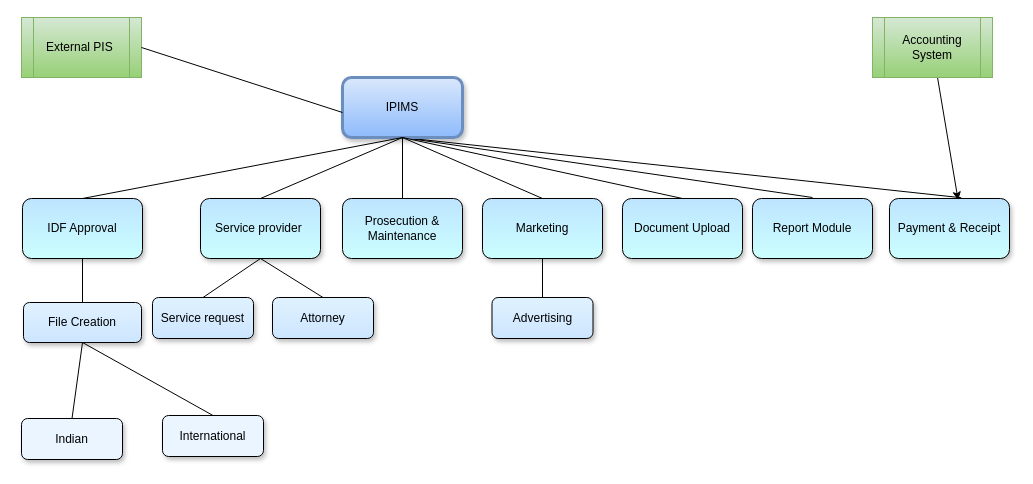
Above: modulerec.drawio in shpriya-bits/github-upload (draw.io), before the change. Source tidied: cells renumbered, new cells numbered last; positions are measured from the earlier drawing's top-left corner, leaving out a move shared by most shapes. Both pictures are drawn from the tidied source at 100%, with x=0, y=0 at pixel (21, 17).
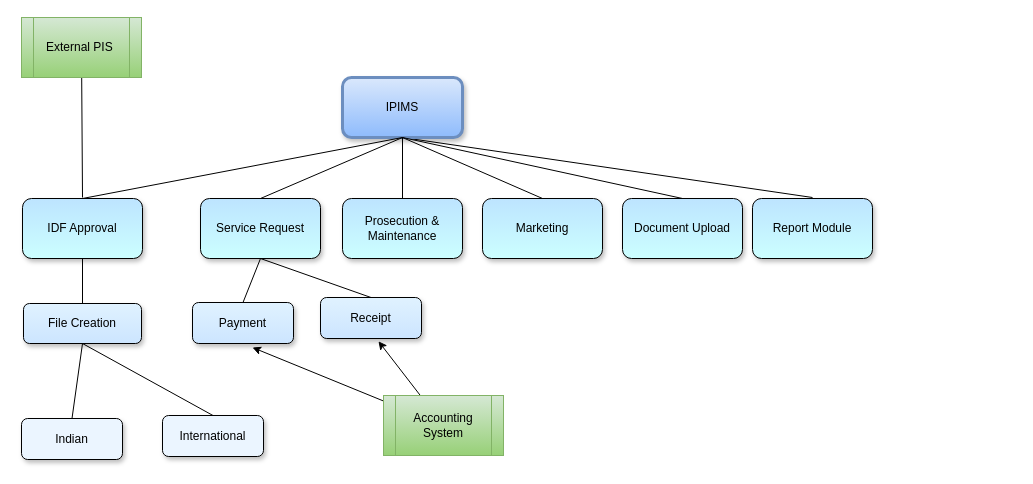
After the change.

Unchanged cells that the change refers to:
```xml
<mxCell id="4" value="IPIMS" style="rounded=1;whiteSpace=wrap;html=1;fillColor=#dae8fc;shadow=1;glass=0;sketch=0;strokeColor=#6c8ebf;gradientColor=#8EBBFC;strokeWidth=3;" parent="1" vertex="1">
  <mxGeometry x="321" y="60" width="120" height="60" as="geometry" />
</mxCell>
<mxCell id="14" value="Marketing" style="rounded=1;whiteSpace=wrap;html=1;fillColor=#BDE4FF;gradientColor=#CCFFFF;shadow=1;" parent="1" vertex="1">
  <mxGeometry x="461" y="181" width="120" height="60" as="geometry" />
</mxCell>
<mxCell id="15" value="External PIS&amp;nbsp;" style="shape=process;whiteSpace=wrap;html=1;backgroundOutline=1;fillColor=#d5e8d4;gradientColor=#97d077;strokeColor=#82b366;" parent="1" vertex="1">
  <mxGeometry width="120" height="60" as="geometry" />
</mxCell>
```

Change to the diagram source:
```diff
@@
-    <mxCell id="2" style="rounded=0;jettySize=auto;html=1;endArrow=none;endFill=0;exitX=0.5;exitY=1;exitDx=0;exitDy=0;entryX=0.598;entryY=-0.013;entryDx=0;entryDy=0;entryPerimeter=0;" parent="1" edge="1" source="4" target="29">
-      <mxGeometry relative="1" as="geometry" />
-    </mxCell>
@@
     <mxCell id="7" value="File Creation" style="rounded=1;whiteSpace=wrap;html=1;fillColor=#E0F2FF;shadow=1;gradientColor=#CCE5FF;" parent="1" vertex="1">
-      <mxGeometry x="2" y="285" width="118" height="40" as="geometry" />
+      <mxGeometry x="2" y="286" width="118" height="40" as="geometry" />
     </mxCell>
-    <mxCell id="8" value="Service provider&amp;nbsp;" style="rounded=1;whiteSpace=wrap;html=1;fillColor=#BDE4FF;gradientColor=#CCFFFF;shadow=1;" parent="1" vertex="1">
+    <mxCell id="8" value="Service Request" style="rounded=1;whiteSpace=wrap;html=1;fillColor=#BDE4FF;gradientColor=#CCFFFF;shadow=1;" parent="1" vertex="1">
       <mxGeometry x="179" y="181" width="120" height="60" as="geometry" />
     </mxCell>
@@
-    <mxCell id="11" value="Service request" style="rounded=1;whiteSpace=wrap;html=1;fillColor=#E0F2FF;shadow=1;gradientColor=#CCE5FF;" parent="1" vertex="1">
-      <mxGeometry x="131" y="280" width="101" height="41" as="geometry" />
+    <mxCell id="11" value="Payment" style="rounded=1;whiteSpace=wrap;html=1;fillColor=#E0F2FF;shadow=1;gradientColor=#CCE5FF;" parent="1" vertex="1">
+      <mxGeometry x="171" y="285" width="101" height="41" as="geometry" />
     </mxCell>
-    <mxCell id="12" value="Attorney" style="rounded=1;whiteSpace=wrap;html=1;fillColor=#E0F2FF;shadow=1;gradientColor=#CCE5FF;" parent="1" vertex="1">
-      <mxGeometry x="251" y="280" width="101" height="41" as="geometry" />
+    <mxCell id="12" value="Receipt" style="rounded=1;whiteSpace=wrap;html=1;fillColor=#E0F2FF;shadow=1;gradientColor=#CCE5FF;" parent="1" vertex="1">
+      <mxGeometry x="299" y="280" width="101" height="41" as="geometry" />
     </mxCell>
-    <mxCell id="13" style="edgeStyle=orthogonalEdgeStyle;rounded=0;jettySize=auto;html=1;endArrow=none;endFill=0;" parent="1" edge="1" source="14" target="19">
-      <mxGeometry relative="1" as="geometry" />
-    </mxCell>
@@
+    <mxCell id="33" style="edgeStyle=none;rounded=0;jettySize=auto;html=1;endArrow=none;endFill=0;" parent="1" edge="1" source="15">
+      <mxGeometry relative="1" as="geometry">
+        <mxPoint x="61" y="180" as="targetPoint" />
+      </mxGeometry>
+    </mxCell>
@@
-    <mxCell id="16" style="endArrow=none;html=1;exitX=0;exitY=0.75;exitDx=0;exitDy=0;entryX=1;entryY=0.5;entryDx=0;entryDy=0;" parent="1" edge="1" target="15">
-      <mxGeometry relative="1" as="geometry">
-        <mxPoint x="321" y="95" as="sourcePoint" />
-      </mxGeometry>
-    </mxCell>
@@
-    <mxCell id="19" value="Advertising" style="rounded=1;whiteSpace=wrap;html=1;fillColor=#E0F2FF;shadow=1;gradientColor=#CCE5FF;" parent="1" vertex="1">
-      <mxGeometry x="470.5" y="280" width="101" height="41" as="geometry" />
-    </mxCell>
@@
-    <mxCell id="29" value="Payment &amp;amp; Receipt" style="rounded=1;whiteSpace=wrap;html=1;fillColor=#BDE4FF;gradientColor=#CCFFFF;shadow=1;" parent="1" vertex="1">
-      <mxGeometry x="868" y="181" width="120" height="60" as="geometry" />
-    </mxCell>
-    <mxCell id="30" style="edgeStyle=none;rounded=0;jettySize=auto;html=1;entryX=0.572;entryY=0.027;entryDx=0;entryDy=0;entryPerimeter=0;endArrow=classic;endFill=1;" parent="1" edge="1" source="31" target="29">
-      <mxGeometry relative="1" as="geometry" />
-    </mxCell>
+    <mxCell id="34" style="rounded=0;jettySize=auto;html=1;" parent="1" edge="1" source="31">
+      <mxGeometry relative="1" as="geometry">
+        <mxPoint x="231" y="330" as="targetPoint" />
+      </mxGeometry>
+    </mxCell>
+    <mxCell id="35" style="rounded=0;jettySize=auto;html=1;entryX=0.574;entryY=1.068;entryDx=0;entryDy=0;entryPerimeter=0;" parent="1" edge="1" source="31" target="12">
+      <mxGeometry relative="1" as="geometry" />
+    </mxCell>
     <mxCell id="31" value="Accounting System" style="shape=process;whiteSpace=wrap;html=1;backgroundOutline=1;fillColor=#d5e8d4;gradientColor=#97d077;strokeColor=#82b366;" parent="1" vertex="1">
-      <mxGeometry x="851" width="120" height="60" as="geometry" />
+      <mxGeometry x="362" y="378" width="120" height="60" as="geometry" />
     </mxCell>
```
